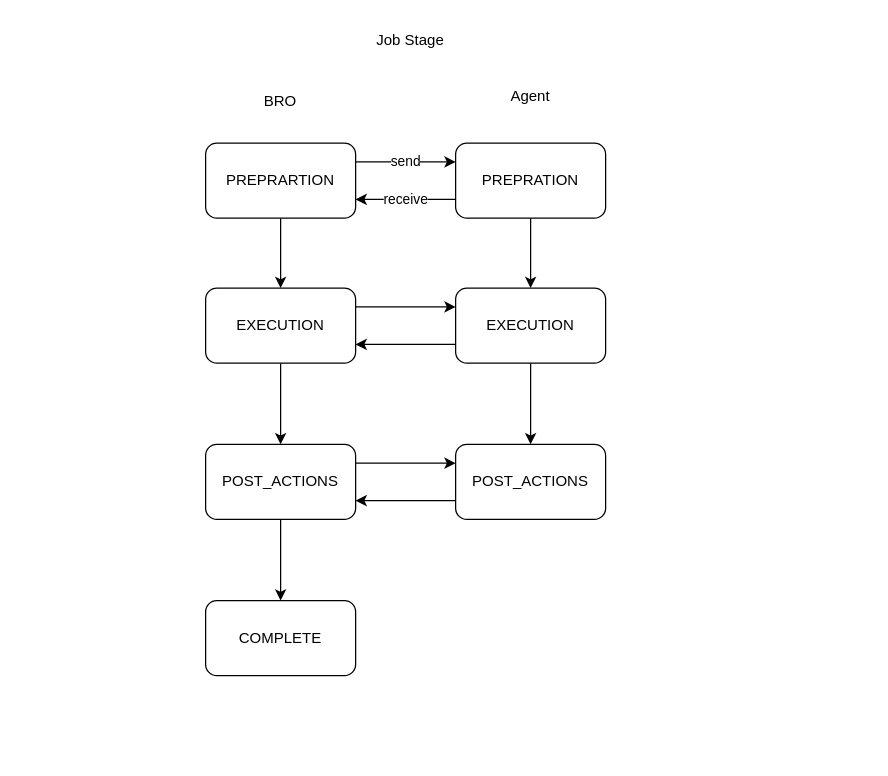
Albert-W/Draw_io keeps this draw.io diagram as BRO & Agent LCM.drawio. Above is the earlier version. Source tidied: cells renumbered, new cells numbered last; positions are measured from the earlier drawing's top-left corner, leaving out a move shared by most shapes. Both pictures are drawn from the tidied source at 125%, with x=0, y=0 at pixel (205, 21).
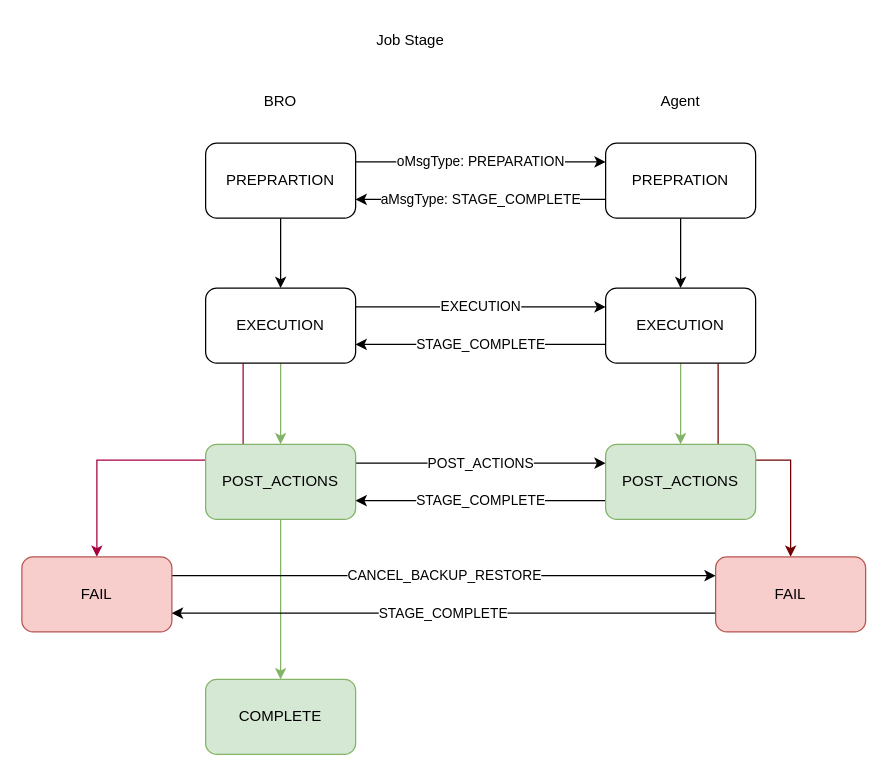
The same page after the edit.

Unchanged cells that the change refers to:
```xml
<mxCell id="4" value="PREPRARTION" style="rounded=1;whiteSpace=wrap;html=1;" parent="1" vertex="1">
  <mxGeometry y="97" width="120" height="60" as="geometry" />
</mxCell>
<mxCell id="13" value="EXECUTION" style="rounded=1;whiteSpace=wrap;html=1;" parent="1" vertex="1">
  <mxGeometry y="213" width="120" height="60" as="geometry" />
</mxCell>
```

The edit, as a diff of the source:
```diff
@@
-    <mxCell id="2" value="send" style="edgeStyle=orthogonalEdgeStyle;rounded=0;jettySize=auto;html=1;exitX=1;exitY=0.25;exitDx=0;exitDy=0;entryX=0;entryY=0.25;entryDx=0;entryDy=0;" parent="1" edge="1" source="4" target="8">
+    <mxCell id="2" value="oMsgType: PREPARATION" style="edgeStyle=orthogonalEdgeStyle;rounded=0;jettySize=auto;html=1;exitX=1;exitY=0.25;exitDx=0;exitDy=0;entryX=0;entryY=0.25;entryDx=0;entryDy=0;" parent="1" edge="1" source="4" target="8">
       <mxGeometry relative="1" as="geometry" />
     </mxCell>
@@
-    <mxCell id="6" value="receive" style="edgeStyle=orthogonalEdgeStyle;rounded=0;jettySize=auto;html=1;exitX=0;exitY=0.75;exitDx=0;exitDy=0;entryX=1;entryY=0.75;entryDx=0;entryDy=0;" parent="1" edge="1" source="8" target="4">
+    <mxCell id="6" value="aMsgType:&amp;nbsp;STAGE_COMPLETE" style="edgeStyle=orthogonalEdgeStyle;rounded=0;jettySize=auto;html=1;exitX=0;exitY=0.75;exitDx=0;exitDy=0;entryX=1;entryY=0.75;entryDx=0;entryDy=0;" parent="1" edge="1" source="8" target="4">
       <mxGeometry relative="1" as="geometry" />
     </mxCell>
@@
     <mxCell id="8" value="PREPRATION" style="rounded=1;whiteSpace=wrap;html=1;" parent="1" vertex="1">
-      <mxGeometry x="200" y="97" width="120" height="60" as="geometry" />
+      <mxGeometry x="320" y="97" width="120" height="60" as="geometry" />
     </mxCell>
     <mxCell id="9" value="Agent" style="text;html=1;strokeColor=none;fillColor=none;align=center;verticalAlign=middle;whiteSpace=wrap;rounded=0;" parent="1" vertex="1">
-      <mxGeometry x="230" y="45" width="60" height="30" as="geometry" />
+      <mxGeometry x="350" y="49" width="60" height="30" as="geometry" />
     </mxCell>
@@
-    <mxCell id="11" style="edgeStyle=orthogonalEdgeStyle;rounded=0;jettySize=auto;html=1;exitX=1;exitY=0.25;exitDx=0;exitDy=0;entryX=0;entryY=0.25;entryDx=0;entryDy=0;" parent="1" edge="1" source="13" target="16">
+    <mxCell id="11" value="EXECUTION" style="edgeStyle=orthogonalEdgeStyle;rounded=0;jettySize=auto;html=1;exitX=1;exitY=0.25;exitDx=0;exitDy=0;entryX=0;entryY=0.25;entryDx=0;entryDy=0;" parent="1" edge="1" source="13" target="16">
       <mxGeometry relative="1" as="geometry" />
     </mxCell>
-    <mxCell id="12" style="edgeStyle=orthogonalEdgeStyle;rounded=0;jettySize=auto;html=1;" parent="1" edge="1" source="13" target="19">
+    <mxCell id="12" style="edgeStyle=orthogonalEdgeStyle;rounded=0;jettySize=auto;html=1;fillColor=#d5e8d4;strokeColor=#82b366;" parent="1" edge="1" source="13" target="19">
       <mxGeometry relative="1" as="geometry" />
     </mxCell>
+    <mxCell id="23" style="edgeStyle=orthogonalEdgeStyle;rounded=0;jettySize=auto;html=1;exitX=0.25;exitY=1;exitDx=0;exitDy=0;entryX=0.5;entryY=0;entryDx=0;entryDy=0;fillColor=#d80073;strokeColor=#A50040;" parent="1" edge="1" source="13" target="26">
+      <mxGeometry relative="1" as="geometry" />
+    </mxCell>
@@
-    <mxCell id="14" style="edgeStyle=orthogonalEdgeStyle;rounded=0;jettySize=auto;html=1;exitX=0;exitY=0.75;exitDx=0;exitDy=0;entryX=1;entryY=0.75;entryDx=0;entryDy=0;" parent="1" edge="1" source="16" target="13">
+    <mxCell id="14" value="STAGE_COMPLETE" style="edgeStyle=orthogonalEdgeStyle;rounded=0;jettySize=auto;html=1;exitX=0;exitY=0.75;exitDx=0;exitDy=0;entryX=1;entryY=0.75;entryDx=0;entryDy=0;" parent="1" edge="1" source="16" target="13">
       <mxGeometry relative="1" as="geometry" />
     </mxCell>
-    <mxCell id="15" style="edgeStyle=orthogonalEdgeStyle;rounded=0;jettySize=auto;html=1;" parent="1" edge="1" source="16" target="21">
+    <mxCell id="15" style="edgeStyle=orthogonalEdgeStyle;rounded=0;jettySize=auto;html=1;fillColor=#d5e8d4;strokeColor=#82b366;" parent="1" edge="1" source="16" target="21">
       <mxGeometry relative="1" as="geometry" />
     </mxCell>
+    <mxCell id="24" style="edgeStyle=orthogonalEdgeStyle;rounded=0;jettySize=auto;html=1;exitX=0.75;exitY=1;exitDx=0;exitDy=0;fillColor=#a20025;strokeColor=#6F0000;" parent="1" edge="1" source="16" target="28">
+      <mxGeometry relative="1" as="geometry" />
+    </mxCell>
     <mxCell id="16" value="EXECUTION" style="rounded=1;whiteSpace=wrap;html=1;" parent="1" vertex="1">
-      <mxGeometry x="200" y="213" width="120" height="60" as="geometry" />
+      <mxGeometry x="320" y="213" width="120" height="60" as="geometry" />
     </mxCell>
-    <mxCell id="17" style="edgeStyle=orthogonalEdgeStyle;rounded=0;jettySize=auto;html=1;exitX=1;exitY=0.25;exitDx=0;exitDy=0;entryX=0;entryY=0.25;entryDx=0;entryDy=0;" parent="1" edge="1" source="19" target="21">
+    <mxCell id="17" value="POST_ACTIONS" style="edgeStyle=orthogonalEdgeStyle;rounded=0;jettySize=auto;html=1;exitX=1;exitY=0.25;exitDx=0;exitDy=0;entryX=0;entryY=0.25;entryDx=0;entryDy=0;" parent="1" edge="1" source="19" target="21">
       <mxGeometry relative="1" as="geometry" />
     </mxCell>
-    <mxCell id="18" style="edgeStyle=orthogonalEdgeStyle;rounded=0;jettySize=auto;html=1;" parent="1" edge="1" source="19" target="22">
+    <mxCell id="18" style="edgeStyle=orthogonalEdgeStyle;rounded=0;jettySize=auto;html=1;fillColor=#d5e8d4;strokeColor=#82b366;" parent="1" edge="1" source="19" target="22">
       <mxGeometry relative="1" as="geometry" />
     </mxCell>
-    <mxCell id="19" value="POST_ACTIONS" style="rounded=1;whiteSpace=wrap;html=1;" parent="1" vertex="1">
+    <mxCell id="19" value="POST_ACTIONS" style="rounded=1;whiteSpace=wrap;html=1;fillColor=#d5e8d4;strokeColor=#82b366;" parent="1" vertex="1">
       <mxGeometry y="338" width="120" height="60" as="geometry" />
     </mxCell>
-    <mxCell id="20" style="edgeStyle=orthogonalEdgeStyle;rounded=0;jettySize=auto;html=1;exitX=0;exitY=0.75;exitDx=0;exitDy=0;entryX=1;entryY=0.75;entryDx=0;entryDy=0;" parent="1" edge="1" source="21" target="19">
+    <mxCell id="20" value="STAGE_COMPLETE" style="edgeStyle=orthogonalEdgeStyle;rounded=0;jettySize=auto;html=1;exitX=0;exitY=0.75;exitDx=0;exitDy=0;entryX=1;entryY=0.75;entryDx=0;entryDy=0;" parent="1" edge="1" source="21" target="19">
       <mxGeometry relative="1" as="geometry" />
     </mxCell>
-    <mxCell id="21" value="POST_ACTIONS" style="rounded=1;whiteSpace=wrap;html=1;" parent="1" vertex="1">
-      <mxGeometry x="200" y="338" width="120" height="60" as="geometry" />
+    <mxCell id="21" value="POST_ACTIONS" style="rounded=1;whiteSpace=wrap;html=1;fillColor=#d5e8d4;strokeColor=#82b366;" parent="1" vertex="1">
+      <mxGeometry x="320" y="338" width="120" height="60" as="geometry" />
     </mxCell>
-    <mxCell id="22" value="COMPLETE" style="rounded=1;whiteSpace=wrap;html=1;" parent="1" vertex="1">
-      <mxGeometry y="463" width="120" height="60" as="geometry" />
+    <mxCell id="22" value="COMPLETE" style="rounded=1;whiteSpace=wrap;html=1;fillColor=#d5e8d4;strokeColor=#82b366;" parent="1" vertex="1">
+      <mxGeometry y="526" width="120" height="60" as="geometry" />
     </mxCell>
+    <mxCell id="25" value="CANCEL_BACKUP_RESTORE" style="edgeStyle=orthogonalEdgeStyle;rounded=0;jettySize=auto;html=1;exitX=1;exitY=0.25;exitDx=0;exitDy=0;entryX=0;entryY=0.25;entryDx=0;entryDy=0;" parent="1" edge="1" source="26" target="28">
+      <mxGeometry relative="1" as="geometry" />
+    </mxCell>
+    <mxCell id="26" value="FAIL" style="rounded=1;whiteSpace=wrap;html=1;fillColor=#f8cecc;strokeColor=#b85450;" parent="1" vertex="1">
+      <mxGeometry x="-147" y="428" width="120" height="60" as="geometry" />
+    </mxCell>
+    <mxCell id="27" value="STAGE_COMPLETE" style="edgeStyle=orthogonalEdgeStyle;rounded=0;jettySize=auto;html=1;exitX=0;exitY=0.75;exitDx=0;exitDy=0;entryX=1;entryY=0.75;entryDx=0;entryDy=0;" parent="1" edge="1" source="28" target="26">
+      <mxGeometry relative="1" as="geometry" />
+    </mxCell>
+    <mxCell id="28" value="FAIL" style="rounded=1;whiteSpace=wrap;html=1;fillColor=#f8cecc;strokeColor=#b85450;" parent="1" vertex="1">
+      <mxGeometry x="408" y="428" width="120" height="60" as="geometry" />
+    </mxCell>
```
